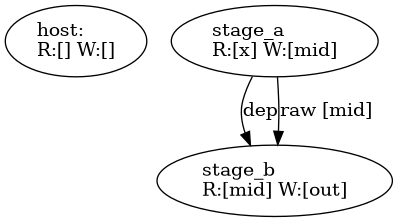
Servyi-Agent/pypto-symir keeps this Graphviz diagram as out/deps_tasks.png. Above is the earlier version. Its source is kept beside it as out/deps_tasks.dot.
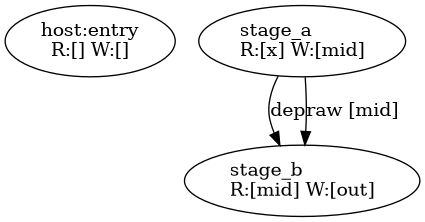
Above is the later version.

Change to the diagram source:
```diff
@@ -1,5 +1,5 @@
 digraph {
-    0 [ label = "host:\lR:[] W:[]" ]
+    0 [ label = "host:entry\lR:[] W:[]" ]
     1 [ label = "stage_a\lR:[x] W:[mid]" ]
     2 [ label = "stage_b\lR:[mid] W:[out]" ]
     1 -> 2 [ label = "dep" ]
```
